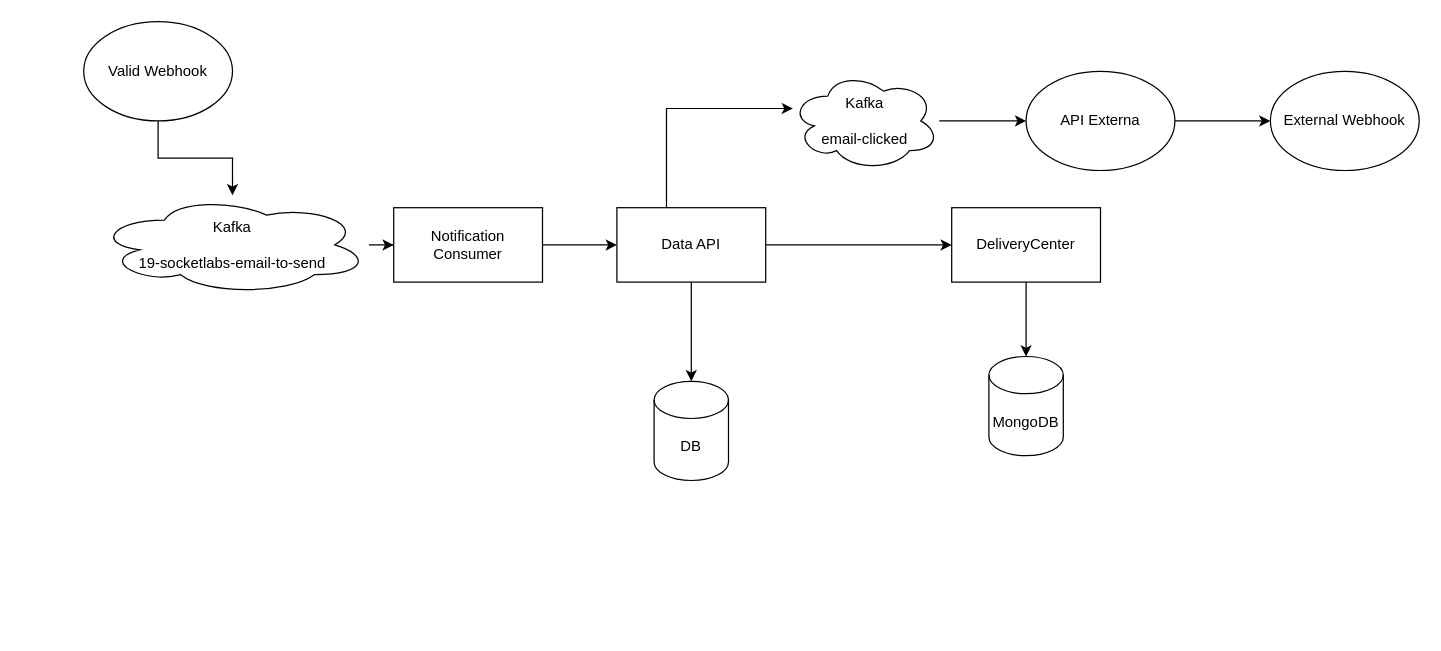
This is page "Fluxo email clicado Paliativo" (1 of 2) of Analise 27012025.drawio from caio-bueno/draws-valid, a draw.io file, before an edit. Source tidied: cells renumbered, new cells numbered last; positions are measured from the earlier drawing's top-left corner, leaving out a move shared by most shapes. Both pictures are drawn from the tidied source at 124%, with x=0, y=0 at pixel (83, 21).
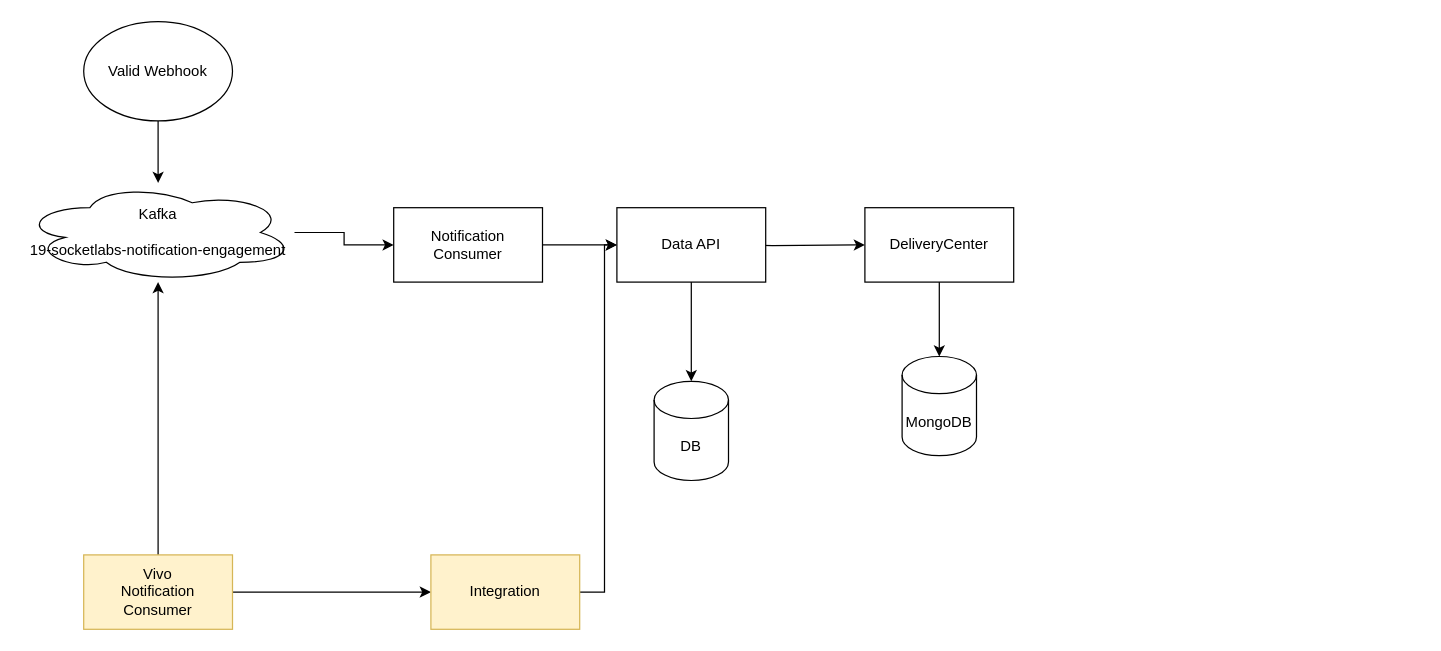
After the change.

Unchanged cells that the change refers to:
```xml
<mxCell id="4" value="Data API" style="rounded=0;whiteSpace=wrap;html=1;" parent="1" vertex="1">
  <mxGeometry x="430" y="150" width="120" height="60" as="geometry" />
</mxCell>
```

Diff of the diagram source:
```diff
@@
-    <mxCell id="3" style="edgeStyle=orthogonalEdgeStyle;rounded=0;jettySize=auto;html=1;" parent="1" edge="1" source="4" target="13">
-      <mxGeometry relative="1" as="geometry" />
+    <mxCell id="3" style="edgeStyle=orthogonalEdgeStyle;rounded=0;jettySize=auto;html=1;" parent="1" edge="1" target="13">
+      <mxGeometry relative="1" as="geometry">
+        <mxPoint x="480" y="180" as="sourcePoint" />
+      </mxGeometry>
     </mxCell>
@@
-    <mxCell id="6" style="edgeStyle=orthogonalEdgeStyle;rounded=0;jettySize=auto;html=1;" parent="1" edge="1" source="7" target="17">
-      <mxGeometry relative="1" as="geometry" />
-    </mxCell>
-    <mxCell id="7" value="Kafka&lt;div&gt;&lt;br&gt;&lt;/div&gt;&lt;div&gt;email-clicked&lt;/div&gt;" style="ellipse;shape=cloud;whiteSpace=wrap;html=1;" parent="1" vertex="1">
-      <mxGeometry x="570" y="40" width="120" height="80" as="geometry" />
-    </mxCell>
@@
-    <mxCell id="9" value="Kafka&lt;div&gt;&lt;br&gt;&lt;/div&gt;&lt;div&gt;19-socketlabs-email-to-send&lt;/div&gt;" style="ellipse;shape=cloud;whiteSpace=wrap;html=1;" parent="1" vertex="1">
-      <mxGeometry x="10" y="140" width="220" height="80" as="geometry" />
+    <mxCell id="9" value="Kafka&lt;div&gt;&lt;br&gt;&lt;/div&gt;&lt;div&gt;19-socketlabs-notification-engagement&lt;/div&gt;" style="ellipse;shape=cloud;whiteSpace=wrap;html=1;" parent="1" vertex="1">
+      <mxGeometry x="-50" y="130" width="220" height="80" as="geometry" />
     </mxCell>
@@
     <mxCell id="13" value="DeliveryCenter" style="rounded=0;whiteSpace=wrap;html=1;" parent="1" vertex="1">
-      <mxGeometry x="700" y="150" width="120" height="60" as="geometry" />
+      <mxGeometry x="630" y="150" width="120" height="60" as="geometry" />
     </mxCell>
     <mxCell id="14" value="MongoDB" style="shape=cylinder3;whiteSpace=wrap;html=1;boundedLbl=1;backgroundOutline=1;size=15;" parent="1" vertex="1">
-      <mxGeometry x="730" y="270" width="60" height="80" as="geometry" />
+      <mxGeometry x="660" y="270" width="60" height="80" as="geometry" />
     </mxCell>
-    <mxCell id="15" style="edgeStyle=orthogonalEdgeStyle;rounded=0;jettySize=auto;html=1;" parent="1" edge="1" source="4" target="7">
-      <mxGeometry relative="1" as="geometry">
-        <Array as="points">
-          <mxPoint x="470" y="70" />
-        </Array>
-      </mxGeometry>
-    </mxCell>
-    <mxCell id="16" style="edgeStyle=orthogonalEdgeStyle;rounded=0;jettySize=auto;html=1;" parent="1" edge="1" source="17" target="18">
-      <mxGeometry relative="1" as="geometry" />
-    </mxCell>
-    <mxCell id="17" value="API Externa" style="ellipse;whiteSpace=wrap;html=1;" parent="1" vertex="1">
-      <mxGeometry x="760" y="40" width="120" height="80" as="geometry" />
-    </mxCell>
-    <mxCell id="18" value="External Webhook" style="ellipse;whiteSpace=wrap;html=1;" parent="1" vertex="1">
-      <mxGeometry x="957" y="40" width="120" height="80" as="geometry" />
-    </mxCell>
@@
+    <mxCell id="21" style="edgeStyle=orthogonalEdgeStyle;rounded=0;jettySize=auto;html=1;" parent="1" edge="1" source="23" target="9">
+      <mxGeometry relative="1" as="geometry" />
+    </mxCell>
+    <mxCell id="22" style="edgeStyle=orthogonalEdgeStyle;rounded=0;jettySize=auto;html=1;" parent="1" edge="1" source="23" target="25">
+      <mxGeometry relative="1" as="geometry" />
+    </mxCell>
+    <mxCell id="23" value="&lt;div&gt;Vivo&lt;/div&gt;Notification Consumer" style="rounded=0;whiteSpace=wrap;html=1;fillColor=#fff2cc;strokeColor=#d6b656;" parent="1" vertex="1">
+      <mxGeometry y="430" width="120" height="60" as="geometry" />
+    </mxCell>
+    <mxCell id="24" style="edgeStyle=orthogonalEdgeStyle;rounded=0;jettySize=auto;html=1;" parent="1" edge="1" source="25" target="4">
+      <mxGeometry relative="1" as="geometry">
+        <Array as="points">
+          <mxPoint x="420" y="460" />
+          <mxPoint x="420" y="180" />
+        </Array>
+      </mxGeometry>
+    </mxCell>
+    <mxCell id="25" value="&lt;div&gt;Integration&lt;/div&gt;" style="rounded=0;whiteSpace=wrap;html=1;fillColor=#fff2cc;strokeColor=#d6b656;" parent="1" vertex="1">
+      <mxGeometry x="280" y="430" width="120" height="60" as="geometry" />
+    </mxCell>
```
